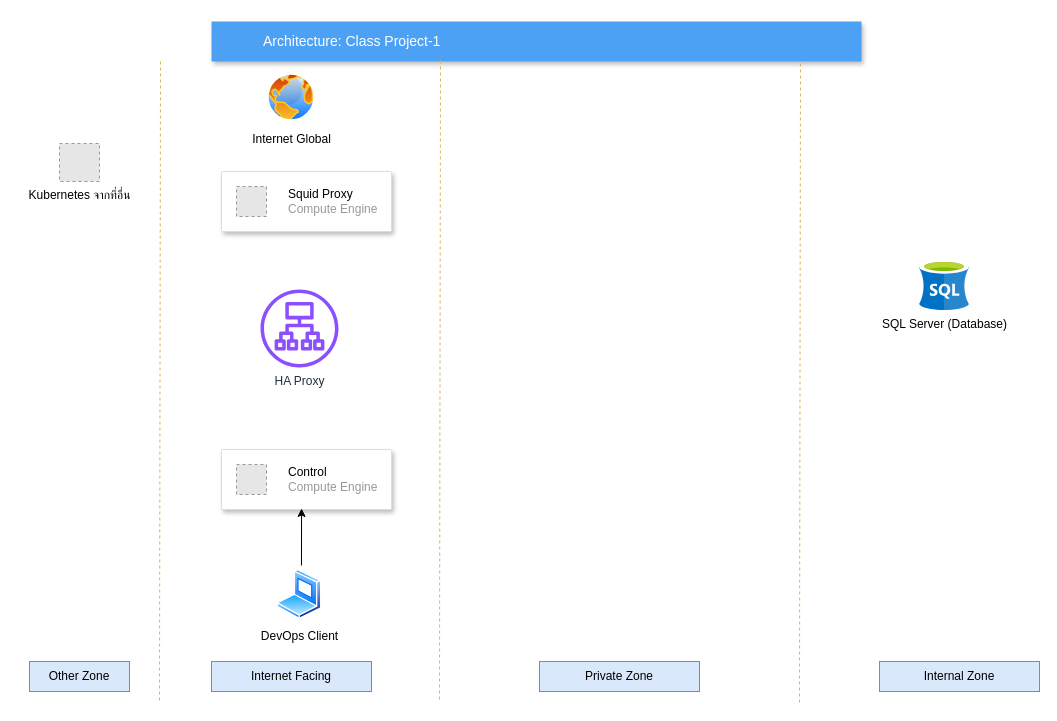
Earlier version of the draw.io diagram workshop1.drawio (kenjiroe/futureskill). Source tidied: cells renumbered, new cells numbered last; positions are measured from the earlier drawing's top-left corner, leaving out a move shared by most shapes. Both pictures are drawn from the tidied source at 100%, with x=0, y=0 at pixel (29, 21). Pictures stored in the file or linked from it are replaced by grey dashed boxes.
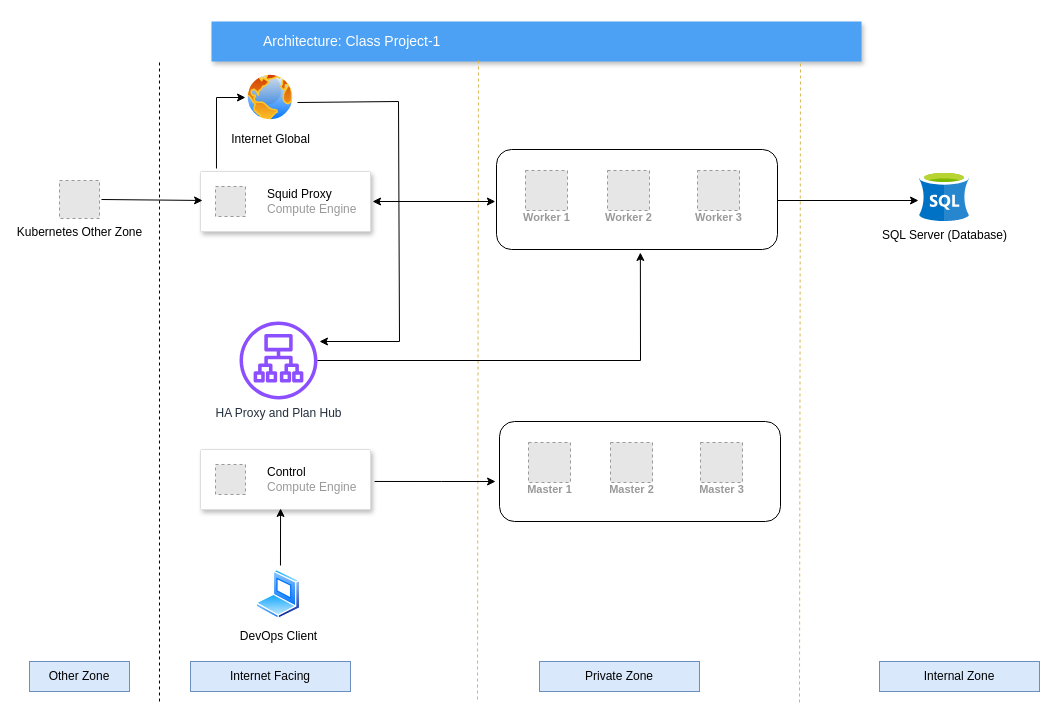
After the change.

What changed in the source:
```diff
@@
     <mxCell id="3" value="Internet Facing" style="text;html=1;align=center;verticalAlign=middle;whiteSpace=wrap;rounded=0;fillColor=#dae8fc;strokeColor=#6c8ebf;" parent="1" vertex="1">
-      <mxGeometry x="182" y="640" width="160" height="30" as="geometry" />
+      <mxGeometry x="161" y="640" width="160" height="30" as="geometry" />
     </mxCell>
@@
-    <mxCell id="6" value="HA Proxy" style="sketch=0;outlineConnect=0;fontColor=#232F3E;gradientColor=none;fillColor=#8C4FFF;strokeColor=none;dashed=0;verticalLabelPosition=bottom;verticalAlign=top;align=center;html=1;fontSize=12;fontStyle=0;shape=mxgraph.aws4.application_load_balancer;" parent="1" vertex="1">
-      <mxGeometry x="231" y="268" width="78" height="78" as="geometry" />
+    <mxCell id="6" value="HA Proxy and Plan Hub" style="sketch=0;outlineConnect=0;fontColor=#232F3E;gradientColor=none;fillColor=#8C4FFF;strokeColor=none;dashed=0;verticalLabelPosition=bottom;verticalAlign=top;align=center;html=1;fontSize=12;fontStyle=0;shape=mxgraph.aws4.application_load_balancer;" parent="1" vertex="1">
+      <mxGeometry x="210" y="300" width="78" height="78" as="geometry" />
     </mxCell>
-    <mxCell id="7" style="endArrow=none;dashed=1;html=1;rounded=0;strokeColor=#d6b656;strokeWidth=1;fillColor=#fff2cc;" parent="1" edge="1">
-      <mxGeometry relative="1" as="geometry">
-        <mxPoint x="130" y="679" as="sourcePoint" />
-        <mxPoint x="131" y="37" as="targetPoint" />
-      </mxGeometry>
-    </mxCell>
@@
-    <mxCell id="9" value="Kubernetes จากที่อื่น" style="fillColor=#E6E6E6;strokeColor=#999999;dashed=1;html=1;verticalLabelPosition=bottom;labelBackgroundColor=#ffffff;verticalAlign=top;fontColor=default;" parent="1" vertex="1">
-      <mxGeometry x="30" y="122" width="40" height="38" as="geometry" />
+    <mxCell id="9" value="Kubernetes Other Zone" style="fillColor=#E6E6E6;strokeColor=#999999;dashed=1;html=1;verticalLabelPosition=bottom;labelBackgroundColor=#ffffff;verticalAlign=top;fontColor=default;" parent="1" vertex="1">
+      <mxGeometry x="30" y="159" width="40" height="38" as="geometry" />
     </mxCell>
     <mxCell id="10" style="strokeColor=#dddddd;shadow=1;strokeWidth=1;rounded=1;absoluteArcSize=1;arcSize=2;" parent="1" vertex="1">
-      <mxGeometry x="192" y="150" width="170" height="60" as="geometry" />
+      <mxGeometry x="171" y="150" width="170" height="60" as="geometry" />
     </mxCell>
@@
     <mxCell id="12" style="strokeColor=#dddddd;shadow=1;strokeWidth=1;rounded=1;absoluteArcSize=1;arcSize=2;" parent="1" vertex="1">
-      <mxGeometry x="192" y="428" width="170" height="60" as="geometry" />
+      <mxGeometry x="171" y="428" width="170" height="60" as="geometry" />
     </mxCell>
@@
     <mxCell id="14" value="DevOps Client" style="image;perimeter=ellipsePerimeter;html=1;align=center;shadow=0;dashed=0;spacingTop=3;image=img/lib/active_directory/laptop_client.svg;" parent="1" vertex="1">
-      <mxGeometry x="247.5" y="548" width="45" height="50" as="geometry" />
+      <mxGeometry x="226.5" y="548" width="45" height="50" as="geometry" />
     </mxCell>
     <mxCell id="15" style="endArrow=none;dashed=1;html=1;rounded=0;strokeColor=#d6b656;strokeWidth=1;fillColor=#fff2cc;" parent="1" edge="1">
       <mxGeometry relative="1" as="geometry">
-        <mxPoint x="410" y="678" as="sourcePoint" />
-        <mxPoint x="411" y="36" as="targetPoint" />
+        <mxPoint x="448" y="678" as="sourcePoint" />
+        <mxPoint x="449" y="36" as="targetPoint" />
       </mxGeometry>
     </mxCell>
@@
     <mxCell id="17" value="SQL Server (Database)" style="image;sketch=0;html=1;points=[];align=center;fontSize=12;image=img/lib/mscae/dep/SQL_Server_Stretch_DB.svg;" parent="1" vertex="1">
-      <mxGeometry x="890" y="239" width="50" height="50" as="geometry" />
+      <mxGeometry x="890" y="150" width="50" height="50" as="geometry" />
     </mxCell>
@@
     <mxCell id="19" value="Internet Global" style="image;perimeter=ellipsePerimeter;html=1;align=center;shadow=0;dashed=0;spacingTop=3;image=img/lib/active_directory/internet_globe.svg;" parent="1" vertex="1">
-      <mxGeometry x="237" y="51" width="50" height="50" as="geometry" />
+      <mxGeometry x="216" y="51" width="50" height="50" as="geometry" />
     </mxCell>
+    <mxCell id="20" style="endArrow=classic;html=1;rounded=0;exitX=1.05;exitY=0.5;exitDx=0;exitDy=0;exitPerimeter=0;entryX=0.012;entryY=0.483;entryDx=0;entryDy=0;entryPerimeter=0;" parent="1" edge="1" source="9" target="10">
+      <mxGeometry relative="1" as="geometry" />
+    </mxCell>
+    <mxCell id="21" style="endArrow=classic;html=1;rounded=0;entryX=0;entryY=0.5;entryDx=0;entryDy=0;entryPerimeter=0;exitX=0.094;exitY=-0.05;exitDx=0;exitDy=0;exitPerimeter=0;" parent="1" edge="1" source="10" target="19">
+      <mxGeometry relative="1" as="geometry">
+        <Array as="points">
+          <mxPoint x="187" y="76" />
+        </Array>
+      </mxGeometry>
+    </mxCell>
+    <mxCell id="22" style="endArrow=classic;html=1;rounded=0;exitX=1.04;exitY=0.6;exitDx=0;exitDy=0;exitPerimeter=0;" parent="1" edge="1" source="19">
+      <mxGeometry relative="1" as="geometry">
+        <mxPoint x="290" y="320" as="targetPoint" />
+        <Array as="points">
+          <mxPoint x="369" y="80" />
+          <mxPoint x="370" y="320" />
+        </Array>
+      </mxGeometry>
+    </mxCell>
+    <mxCell id="23" style="group;" parent="1" vertex="1">
+      <mxGeometry x="470" y="400" width="281" height="100" as="geometry" />
+    </mxCell>
+    <mxCell id="24" style="rounded=1;whiteSpace=wrap;html=1;" parent="23" vertex="1">
+      <mxGeometry width="281" height="100" as="geometry" />
+    </mxCell>
+    <mxCell id="25" value="Master 1" style="fillColor=#E6E6E6;strokeColor=#999999;dashed=1;html=1;verticalAlign=top;labelPosition=center;verticalLabelPosition=bottom;align=center;spacingTop=-6;fontSize=11;fontStyle=1;fontColor=#999999;" parent="23" vertex="1">
+      <mxGeometry x="29" y="21" width="42" height="40" as="geometry" />
+    </mxCell>
+    <mxCell id="26" value="Master 2" style="fillColor=#E6E6E6;strokeColor=#999999;dashed=1;html=1;verticalAlign=top;labelPosition=center;verticalLabelPosition=bottom;align=center;spacingTop=-6;fontSize=11;fontStyle=1;fontColor=#999999;" parent="23" vertex="1">
+      <mxGeometry x="111" y="21" width="42" height="40" as="geometry" />
+    </mxCell>
+    <mxCell id="27" value="Master 3" style="fillColor=#E6E6E6;strokeColor=#999999;dashed=1;html=1;verticalAlign=top;labelPosition=center;verticalLabelPosition=bottom;align=center;spacingTop=-6;fontSize=11;fontStyle=1;fontColor=#999999;" parent="23" vertex="1">
+      <mxGeometry x="201" y="21" width="42" height="40" as="geometry" />
+    </mxCell>
+    <mxCell id="28" style="group;" parent="1" vertex="1">
+      <mxGeometry x="467" y="128" width="281" height="100" as="geometry" />
+    </mxCell>
+    <mxCell id="29" style="rounded=1;whiteSpace=wrap;html=1;" parent="28" vertex="1">
+      <mxGeometry width="281" height="100" as="geometry" />
+    </mxCell>
+    <mxCell id="30" value="Worker 1" style="fillColor=#E6E6E6;strokeColor=#999999;dashed=1;html=1;verticalAlign=top;labelPosition=center;verticalLabelPosition=bottom;align=center;spacingTop=-6;fontSize=11;fontStyle=1;fontColor=#999999;" parent="28" vertex="1">
+      <mxGeometry x="29" y="21" width="42" height="40" as="geometry" />
+    </mxCell>
+    <mxCell id="31" value="Worker 2" style="fillColor=#E6E6E6;strokeColor=#999999;dashed=1;html=1;verticalAlign=top;labelPosition=center;verticalLabelPosition=bottom;align=center;spacingTop=-6;fontSize=11;fontStyle=1;fontColor=#999999;" parent="28" vertex="1">
+      <mxGeometry x="111" y="21" width="42" height="40" as="geometry" />
+    </mxCell>
+    <mxCell id="32" value="Worker 3" style="fillColor=#E6E6E6;strokeColor=#999999;dashed=1;html=1;verticalAlign=top;labelPosition=center;verticalLabelPosition=bottom;align=center;spacingTop=-6;fontSize=11;fontStyle=1;fontColor=#999999;" parent="28" vertex="1">
+      <mxGeometry x="201" y="21" width="42" height="40" as="geometry" />
+    </mxCell>
+    <mxCell id="33" style="endArrow=classic;html=1;rounded=0;entryX=0.512;entryY=1.03;entryDx=0;entryDy=0;entryPerimeter=0;" parent="1" edge="1" source="6" target="29">
+      <mxGeometry relative="1" as="geometry">
+        <Array as="points">
+          <mxPoint x="611" y="339" />
+        </Array>
+      </mxGeometry>
+    </mxCell>
+    <mxCell id="34" style="endArrow=none;dashed=1;html=1;rounded=0;" parent="1" edge="1">
+      <mxGeometry relative="1" as="geometry">
+        <mxPoint x="130" y="680" as="sourcePoint" />
+        <mxPoint x="130" y="40" as="targetPoint" />
+      </mxGeometry>
+    </mxCell>
+    <mxCell id="35" style="endArrow=classic;html=1;rounded=0;entryX=-0.014;entryY=0.6;entryDx=0;entryDy=0;entryPerimeter=0;exitX=1.024;exitY=0.533;exitDx=0;exitDy=0;exitPerimeter=0;" parent="1" edge="1" source="12" target="24">
+      <mxGeometry relative="1" as="geometry">
+        <Array as="points">
+          <mxPoint x="412" y="460" />
+        </Array>
+      </mxGeometry>
+    </mxCell>
+    <mxCell id="36" style="endArrow=classic;html=1;rounded=0;exitX=1;exitY=0.51;exitDx=0;exitDy=0;exitPerimeter=0;entryX=-0.02;entryY=0.58;entryDx=0;entryDy=0;entryPerimeter=0;" parent="1" edge="1" source="29" target="17">
+      <mxGeometry relative="1" as="geometry" />
+    </mxCell>
+    <mxCell id="37" style="endArrow=classic;startArrow=classic;html=1;rounded=0;exitX=1.012;exitY=0.5;exitDx=0;exitDy=0;exitPerimeter=0;entryX=-0.004;entryY=0.52;entryDx=0;entryDy=0;entryPerimeter=0;" parent="1" edge="1" source="10" target="29">
+      <mxGeometry relative="1" as="geometry" />
+    </mxCell>
```
